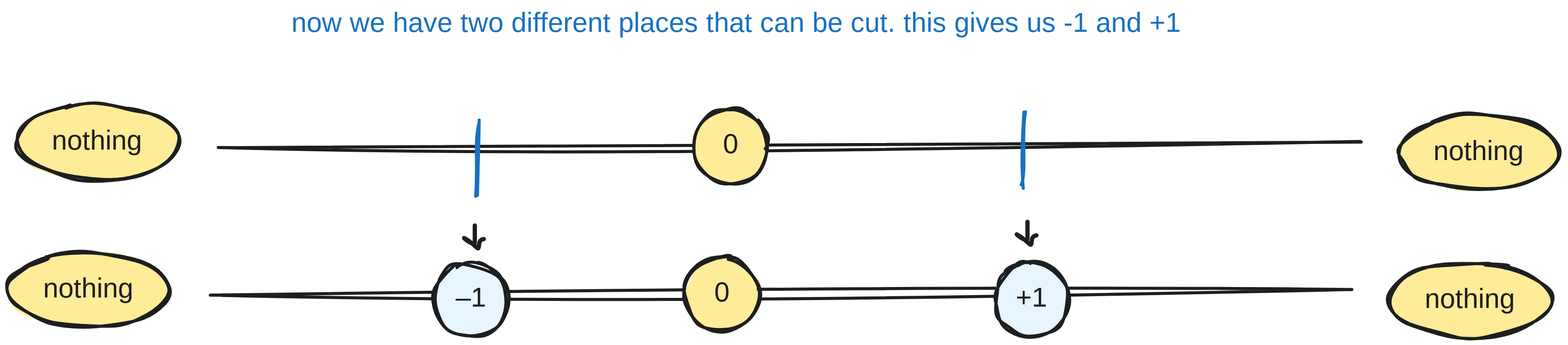
The Excalidraw diagram public/how-i-vibed-a-proof-of-conways-conjecture/step2-full.svg in gaearon/overreacted.io, before a commit. Source tidied: one line per element, renumbered; positions are measured from the earlier drawing's top-left corner, leaving out a move shared by most shapes.
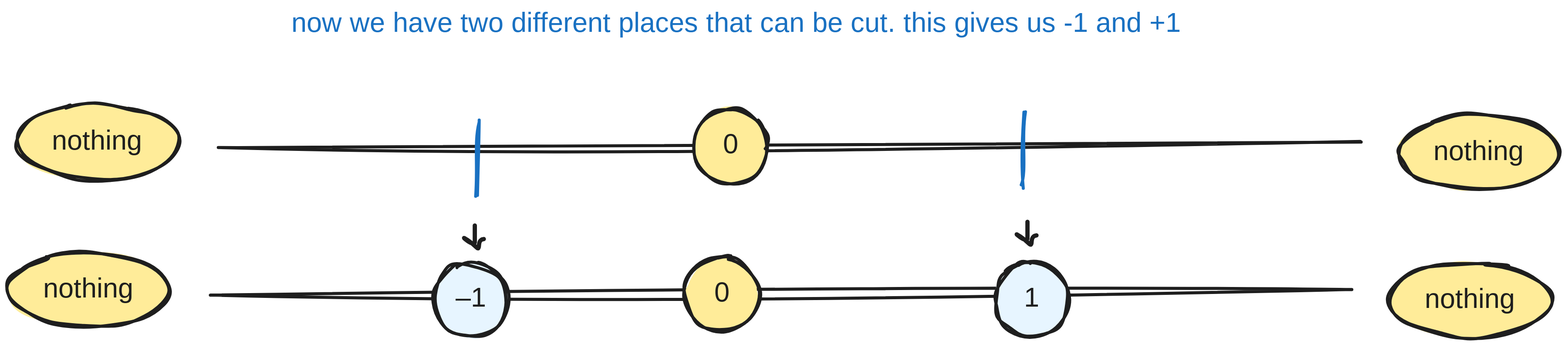
Above is the later version.

Diff of the diagram source:
```diff
@@ -18,6 +18,6 @@
 {"id": 17, "type": "ellipse", "strokeColor": "#1e1e1e", "backgroundColor": "#e7f5ff", "fillStyle": "solid", "strokeWidth": 4, "roughness": 2, "x": 559, "y": 334, "width": 96, "height": 98}
 {"id": 18, "type": "text", "text": "–1", "strokeColor": "#1e1e1e", "backgroundColor": "#ffec99", "fillStyle": "solid", "strokeWidth": 4, "roughness": 2, "fontSize": 36, "fontFamily": 5, "textAlign": "center", "verticalAlign": "middle", "inside": 17, "x": 588, "y": 360, "width": 40, "height": 45}
 {"id": 19, "type": "ellipse", "strokeColor": "#1e1e1e", "backgroundColor": "#e7f5ff", "fillStyle": "solid", "strokeWidth": 4, "roughness": 2, "x": 1295, "y": 334, "width": 96, "height": 98}
-{"id": 20, "type": "text", "text": "+1", "strokeColor": "#1e1e1e", "backgroundColor": "#ffec99", "fillStyle": "solid", "strokeWidth": 4, "roughness": 2, "fontSize": 36, "fontFamily": 5, "textAlign": "center", "verticalAlign": "middle", "inside": 19, "x": 1326, "y": 360, "width": 34, "height": 45}
+{"id": 20, "type": "text", "text": "1", "strokeColor": "#1e1e1e", "backgroundColor": "#ffec99", "fillStyle": "solid", "strokeWidth": 4, "roughness": 2, "fontSize": 36, "fontFamily": 5, "textAlign": "center", "verticalAlign": "middle", "inside": 19, "x": 1335, "y": 360, "width": 15, "height": 45}
 {"id": 21, "type": "freedraw", "strokeColor": "#1e1e1e", "backgroundColor": "#ffec99", "fillStyle": "solid", "strokeWidth": 2, "roughness": 2, "x": 613, "y": 286, "width": 27, "height": 31, "points": [[0, 0], [0, 1], [0, 8], [0, 17], [0, 20], [0, 21], [0, 22], [0, 23], [0, 23], [-1, 24], [-4, 24], [-8, 22], [-12, 19], [-14, 17], [-15, 16], [-15, 16], [-15, 16], [-13, 17], [-10, 19], [-7, 21], [-3, 24], [-1, 26], [1, 28], [3, 30], [5, 31], [5, 31], [5, 31], [6, 28], [6, 24], [6, 22], [7, 20], [8, 18], [9, 18], [10, 18], [11, 18], [12, 18], [13, 18], [13, 18]]}
 {"id": 22, "type": "freedraw", "strokeColor": "#1e1e1e", "backgroundColor": "#ffec99", "fillStyle": "solid", "strokeWidth": 2, "roughness": 2, "x": 1338, "y": 281, "width": 27, "height": 31, "points": [[0, 0], [0, 1], [0, 8], [0, 17], [0, 20], [0, 21], [0, 22], [0, 23], [0, 23], [-1, 24], [-4, 24], [-8, 22], [-12, 19], [-14, 17], [-15, 16], [-15, 16], [-15, 16], [-13, 17], [-10, 19], [-7, 21], [-3, 24], [-1, 26], [1, 28], [3, 30], [5, 31], [5, 31], [5, 31], [6, 28], [6, 24], [6, 22], [7, 20], [8, 18], [9, 18], [10, 18], [11, 18], [12, 18], [13, 18], [13, 18]]}
```
